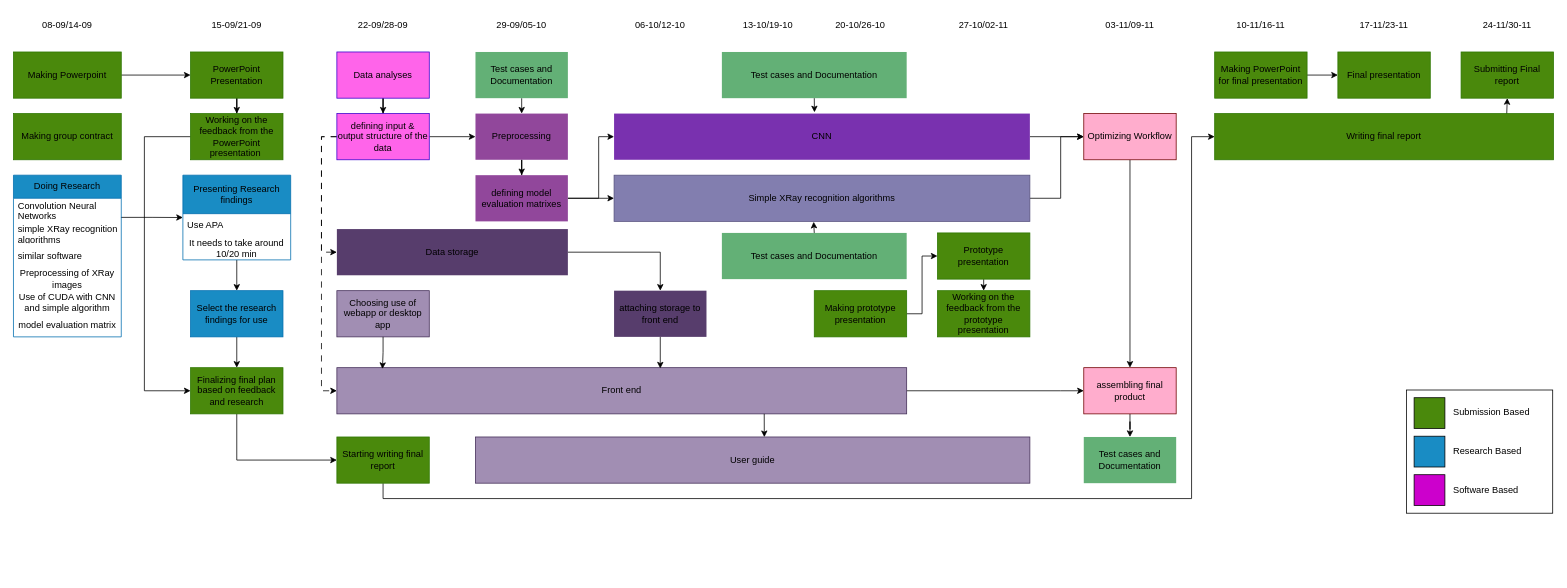
Earlier version of the draw.io diagram Roadmap.drawio (DBerkey/Smart_X-Ray_Screening). Source tidied: cells renumbered, new cells numbered last; positions are measured from the earlier drawing's top-left corner, leaving out a move shared by most shapes. Both pictures are drawn from the tidied source at 77%, with x=0, y=0 at pixel (13, 13).
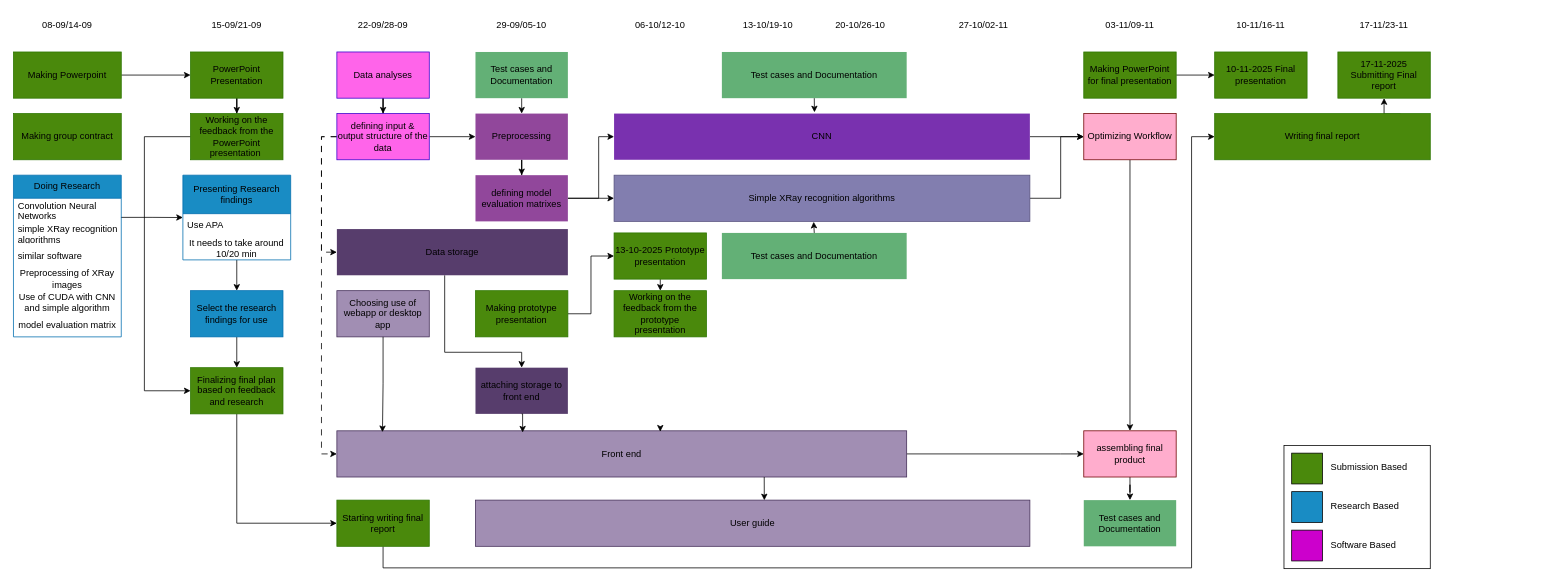
After the change.

Commit message:
added the correct dates

Unchanged cells that the change refers to:
```xml
<mxCell id="37" value="Data storage" style="rounded=0;whiteSpace=wrap;html=1;fillColor=light-dark(#573D6C,#573D6C);fontColor=light-dark(#000000,#000000);strokeColor=none;gradientColor=none;labelBackgroundColor=none;" parent="1" vertex="1">
  <mxGeometry x="420" y="280" width="300" height="60" as="geometry" />
</mxCell>
```

Change to the diagram source:
```diff
@@
     <mxCell id="34" style="edgeStyle=orthogonalEdgeStyle;rounded=0;jettySize=auto;html=1;exitX=1;exitY=0.5;exitDx=0;exitDy=0;entryX=0;entryY=0.5;entryDx=0;entryDy=0;fontColor=light-dark(#000000,#000000);labelBackgroundColor=none;" parent="1" edge="1" source="35" target="53">
       <mxGeometry relative="1" as="geometry">
         <Array as="points">
-          <mxPoint x="1360" y="490" />
-          <mxPoint x="1360" y="490" />
+          <mxPoint x="1360" y="572" />
+          <mxPoint x="1360" y="572" />
         </Array>
       </mxGeometry>
     </mxCell>
     <mxCell id="35" value="Front end" style="whiteSpace=wrap;html=1;rounded=0;fillColor=light-dark(#A18EB3,#A18EB3);fontColor=light-dark(#000000,#000000);strokeColor=#432D57;labelBackgroundColor=none;" parent="1" vertex="1">
-      <mxGeometry x="420" y="460" width="740" height="60" as="geometry" />
+      <mxGeometry x="420" y="542" width="740" height="60" as="geometry" />
     </mxCell>
     <mxCell id="36" style="edgeStyle=orthogonalEdgeStyle;rounded=0;jettySize=auto;html=1;fontColor=light-dark(#000000,#000000);labelBackgroundColor=none;" parent="1" edge="1" source="37" target="43">
-      <mxGeometry relative="1" as="geometry" />
+      <mxGeometry relative="1" as="geometry">
+        <Array as="points">
+          <mxPoint x="560" y="440" />
+          <mxPoint x="660" y="440" />
+        </Array>
+      </mxGeometry>
     </mxCell>
@@
-    <mxCell id="38" value="Submitting Final report" style="rounded=0;whiteSpace=wrap;html=1;fillColor=light-dark(#4A890C,#4A890C);fontColor=light-dark(#000000,#000000);strokeColor=#2D7600;labelBackgroundColor=none;" parent="1" vertex="1">
-      <mxGeometry x="1880" y="50" width="120" height="60" as="geometry" />
+    <mxCell id="38" value="17-11-2025 Submitting Final report" style="rounded=0;whiteSpace=wrap;html=1;fillColor=light-dark(#4A890C,#4A890C);fontColor=light-dark(#000000,#000000);strokeColor=#2D7600;labelBackgroundColor=none;" parent="1" vertex="1">
+      <mxGeometry x="1720" y="50" width="120" height="60" as="geometry" />
     </mxCell>
     <mxCell id="39" value="User guide" style="whiteSpace=wrap;html=1;rounded=0;fillColor=light-dark(#A18EB3,#A18EB3);fontColor=light-dark(#000000,#000000);strokeColor=#432D57;labelBackgroundColor=none;" parent="1" vertex="1">
-      <mxGeometry x="600" y="550" width="720" height="60" as="geometry" />
+      <mxGeometry x="600" y="632" width="720" height="60" as="geometry" />
     </mxCell>
@@
     <mxCell id="43" value="attaching storage to front end" style="whiteSpace=wrap;html=1;rounded=0;fillColor=light-dark(#573D6C,#573D6C);fontColor=light-dark(#000000,#000000);strokeColor=none;labelBackgroundColor=none;" parent="1" vertex="1">
-      <mxGeometry x="780" y="360" width="120" height="60" as="geometry" />
+      <mxGeometry x="600" y="460" width="120" height="60" as="geometry" />
     </mxCell>
@@
     <mxCell id="53" value="assembling final product" style="rounded=0;whiteSpace=wrap;html=1;fillColor=light-dark(#FFADCD,#FFADCD);fontColor=light-dark(#000000,#000000);strokeColor=#6F0000;labelBackgroundColor=none;" parent="1" vertex="1">
-      <mxGeometry x="1390" y="460" width="120" height="60" as="geometry" />
+      <mxGeometry x="1390" y="542" width="120" height="60" as="geometry" />
     </mxCell>
@@
-    <mxCell id="55" value="Prototype presentation" style="rounded=0;whiteSpace=wrap;html=1;fillColor=light-dark(#4A890C,#4A890C);fontColor=light-dark(#000000,#000000);strokeColor=#2D7600;labelBackgroundColor=none;" parent="1" vertex="1">
-      <mxGeometry x="1200" y="285" width="120" height="60" as="geometry" />
+    <mxCell id="55" value="13-10-2025 Prototype presentation" style="rounded=0;whiteSpace=wrap;html=1;fillColor=light-dark(#4A890C,#4A890C);fontColor=light-dark(#000000,#000000);strokeColor=#2D7600;labelBackgroundColor=none;" parent="1" vertex="1">
+      <mxGeometry x="780" y="285" width="120" height="60" as="geometry" />
     </mxCell>
     <mxCell id="56" value="Working on the feedback from the prototype presentation" style="rounded=0;whiteSpace=wrap;html=1;fillColor=light-dark(#4A890C,#4A890C);fontColor=light-dark(#000000,#000000);strokeColor=#2D7600;labelBackgroundColor=none;" parent="1" vertex="1">
-      <mxGeometry x="1200" y="360" width="120" height="60" as="geometry" />
+      <mxGeometry x="780" y="360" width="120" height="60" as="geometry" />
     </mxCell>
@@
     <mxCell id="59" style="edgeStyle=orthogonalEdgeStyle;rounded=0;jettySize=auto;html=1;exitX=0.862;exitY=0.011;exitDx=0;exitDy=0;entryX=0.5;entryY=1;entryDx=0;entryDy=0;exitPerimeter=0;fontColor=light-dark(#000000,#000000);labelBackgroundColor=none;" parent="1" edge="1" source="60" target="38">
       <mxGeometry relative="1" as="geometry">
         <Array as="points">
-          <mxPoint x="1940" y="131" />
+          <mxPoint x="1780" y="131" />
         </Array>
       </mxGeometry>
     </mxCell>
     <mxCell id="60" value="Writing final report" style="rounded=0;whiteSpace=wrap;html=1;fillColor=light-dark(#4A890C,#4A890C);fontColor=light-dark(#000000,#000000);strokeColor=#2D7600;labelBackgroundColor=none;" parent="1" vertex="1">
-      <mxGeometry x="1560" y="130" width="440" height="60" as="geometry" />
+      <mxGeometry x="1560" y="130" width="280" height="60" as="geometry" />
     </mxCell>
-    <mxCell id="61" value="Final presentation" style="rounded=0;whiteSpace=wrap;html=1;fillColor=light-dark(#4A890C,#4A890C);fontColor=light-dark(#000000,#000000);strokeColor=#2D7600;labelBackgroundColor=none;" parent="1" vertex="1">
-      <mxGeometry x="1720" y="50" width="120" height="60" as="geometry" />
+    <mxCell id="61" value="10-11-2025 Final presentation" style="rounded=0;whiteSpace=wrap;html=1;fillColor=light-dark(#4A890C,#4A890C);fontColor=light-dark(#000000,#000000);strokeColor=#2D7600;labelBackgroundColor=none;" parent="1" vertex="1">
+      <mxGeometry x="1560" y="50" width="120" height="60" as="geometry" />
     </mxCell>
@@
     <mxCell id="63" value="Making PowerPoint for final presentation" style="rounded=0;whiteSpace=wrap;html=1;fillColor=light-dark(#4A890C,#4A890C);fontColor=light-dark(#000000,#000000);strokeColor=#2D7600;labelBackgroundColor=none;" parent="1" vertex="1">
-      <mxGeometry x="1560" y="50" width="120" height="60" as="geometry" />
+      <mxGeometry x="1390" y="50" width="120" height="60" as="geometry" />
     </mxCell>
-    <mxCell id="64" style="edgeStyle=orthogonalEdgeStyle;rounded=0;jettySize=auto;html=1;exitX=0.5;exitY=1;exitDx=0;exitDy=0;fontColor=light-dark(#000000,#000000);labelBackgroundColor=none;" parent="1" edge="1" source="43">
+    <mxCell id="64" style="edgeStyle=orthogonalEdgeStyle;rounded=0;orthogonalLoop=1;jettySize=auto;html=1;exitX=0.5;exitY=1;exitDx=0;exitDy=0;fontColor=light-dark(#000000,#000000);labelBackgroundColor=none;" parent="1" edge="1">
       <mxGeometry relative="1" as="geometry">
-        <mxPoint x="840" y="461" as="targetPoint" />
+        <mxPoint x="840" y="542" as="sourcePoint" />
+        <mxPoint x="840" y="543" as="targetPoint" />
         <Array as="points">
-          <mxPoint x="840" y="461" />
+          <mxPoint x="840" y="543" />
         </Array>
       </mxGeometry>
     </mxCell>
@@
     <mxCell id="67" value="Making prototype presentation" style="rounded=0;whiteSpace=wrap;html=1;fillColor=light-dark(#4A890C,#4A890C);fontColor=light-dark(#000000,#000000);strokeColor=#2D7600;labelBackgroundColor=none;" parent="1" vertex="1">
-      <mxGeometry x="1040" y="360" width="120" height="60" as="geometry" />
+      <mxGeometry x="600" y="360" width="120" height="60" as="geometry" />
     </mxCell>
@@
     <mxCell id="71" value="Test cases and Documentation" style="rounded=0;whiteSpace=wrap;html=1;fillColor=light-dark(#63B076,#63B076);fontColor=light-dark(#000000,#000000);strokeColor=none;labelBackgroundColor=none;" parent="1" vertex="1">
-      <mxGeometry x="1390" y="550" width="120" height="60" as="geometry" />
+      <mxGeometry x="1390" y="632" width="120" height="60" as="geometry" />
     </mxCell>
     <mxCell id="72" style="edgeStyle=orthogonalEdgeStyle;rounded=0;jettySize=auto;html=1;exitX=0.5;exitY=1;exitDx=0;exitDy=0;entryX=0;entryY=0.5;entryDx=0;entryDy=0;fontColor=light-dark(#000000,#000000);labelBackgroundColor=none;" parent="1" edge="1" source="73" target="60">
       <mxGeometry relative="1" as="geometry">
         <Array as="points">
-          <mxPoint x="480" y="630" />
-          <mxPoint x="1530" y="630" />
+          <mxPoint x="480" y="720" />
+          <mxPoint x="1530" y="720" />
           <mxPoint x="1530" y="160" />
         </Array>
       </mxGeometry>
     </mxCell>
     <mxCell id="73" value="Starting writing final report" style="rounded=0;whiteSpace=wrap;html=1;fillColor=light-dark(#4A890C,#4A890C);fontColor=light-dark(#000000,#000000);strokeColor=#2D7600;labelBackgroundColor=none;" parent="1" vertex="1">
-      <mxGeometry x="420" y="550" width="120" height="60" as="geometry" />
+      <mxGeometry x="420" y="632" width="120" height="60" as="geometry" />
     </mxCell>
@@
-    <mxCell id="85" value="24-11/30-11" style="text;html=1;align=center;verticalAlign=middle;whiteSpace=wrap;rounded=0;fontColor=light-dark(#000000,#000000);labelBackgroundColor=none;" parent="1" vertex="1">
-      <mxGeometry x="1880" width="120" height="30" as="geometry" />
-    </mxCell>
     <mxCell id="86" style="group;fontColor=light-dark(#000000,#000000);labelBackgroundColor=none;" parent="1" vertex="1">
-      <mxGeometry x="1749" y="488" width="250" height="160" as="geometry" />
+      <mxGeometry x="1590" y="560" width="250" height="160" as="geometry" />
     </mxCell>
@@
+    <mxCell id="94" style="edgeStyle=orthogonalEdgeStyle;rounded=0;jettySize=auto;html=1;exitX=0.5;exitY=1;exitDx=0;exitDy=0;entryX=0.326;entryY=0.036;entryDx=0;entryDy=0;entryPerimeter=0;" parent="1" edge="1" source="43" target="35">
+      <mxGeometry relative="1" as="geometry" />
+    </mxCell>
```
